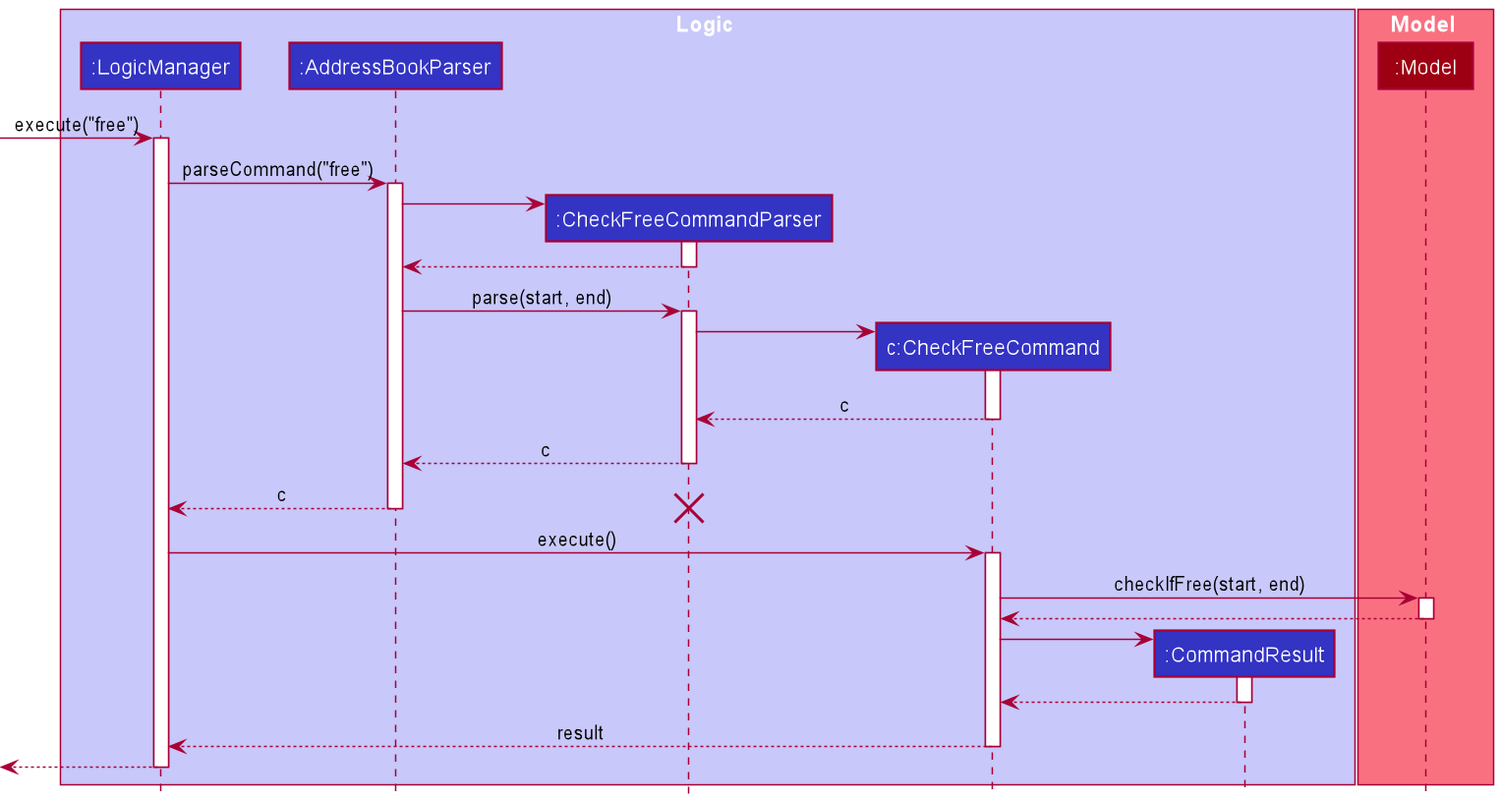
This is docs/images/FreeIntervalSequenceDiagram.png from nus-cs2103-AY2021S2/tp, a PlantUML export, as it was before one commit.
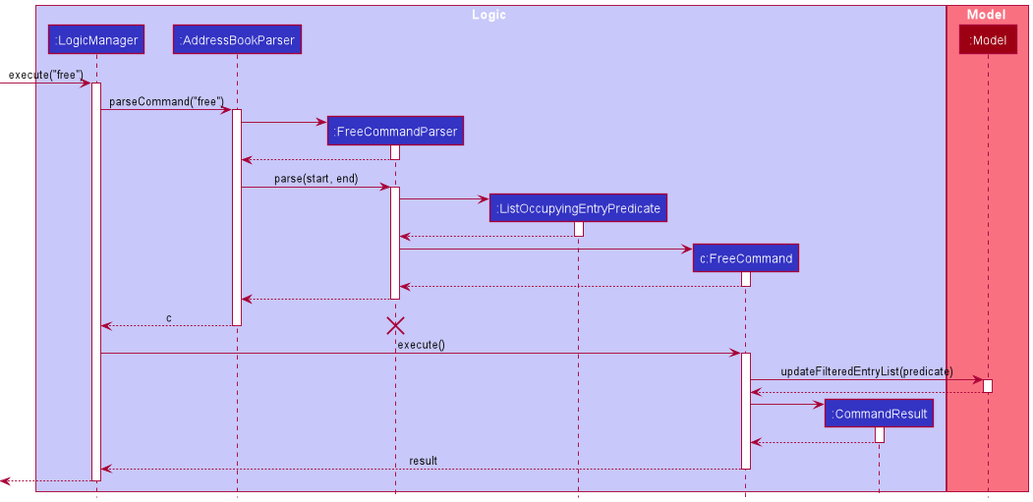
The same file after the commit.

Commit message:
Update DG with implementation of FreeCommand

The edit, as a diff of the source:
```diff
@@ -4,8 +4,9 @@
 box Logic LOGIC_COLOR_T1
 participant ":LogicManager" as LogicManager LOGIC_COLOR
 participant ":AddressBookParser" as AddressBookParser LOGIC_COLOR
-participant ":CheckFreeCommandParser" as CheckFreeCommandParser LOGIC_COLOR
-participant "c:CheckFreeCommand" as CheckFreeCommand LOGIC_COLOR
+participant ":FreeCommandParser" as FreeCommandParser LOGIC_COLOR
+participant ":ListOccupyingEntryPredicate" as ListOccupyingEntryPredicate LOGIC_COLOR
+participant "c:FreeCommand" as FreeCommand LOGIC_COLOR
 participant ":CommandResult" as CommandResult LOGIC_COLOR
 end box
 
@@ -17,31 +18,32 @@
 [-> LogicManager : execute("free")
 LogicManager -> AddressBookParser : parseCommand("free")
 
-create CheckFreeCommandParser
-AddressBookParser -> CheckFreeCommandParser
+create FreeCommandParser
+AddressBookParser -> FreeCommandParser
 return
 
-AddressBookParser -> CheckFreeCommandParser : parse(start, end)
+AddressBookParser -> FreeCommandParser : parse(start, end)
 
-create CheckFreeCommand
-CheckFreeCommandParser -> CheckFreeCommand
-return c
-CheckFreeCommandParser --> AddressBookParser : c
+create ListOccupyingEntryPredicate
+FreeCommandParser -> ListOccupyingEntryPredicate
+return
+
+create FreeCommand
+FreeCommandParser -> FreeCommand
+return
+FreeCommandParser --> AddressBookParser
 AddressBookParser --> LogicManager : c
-destroy CheckFreeCommandParser
+destroy FreeCommandParser
 
-LogicManager -> CheckFreeCommand : execute()
-CheckFreeCommand -> Model : checkIfFree(start, end)
+LogicManager -> FreeCommand : execute()
+FreeCommand -> Model : updateFilteredEntryList(predicate)
 return
 
 create CommandResult
-CheckFreeCommand -> CommandResult
+FreeCommand -> CommandResult
 return
-CheckFreeCommand --> LogicManager : result
+FreeCommand --> LogicManager : result
 
 [<-- LogicManager
 
-
-
-
 @enduml
```
